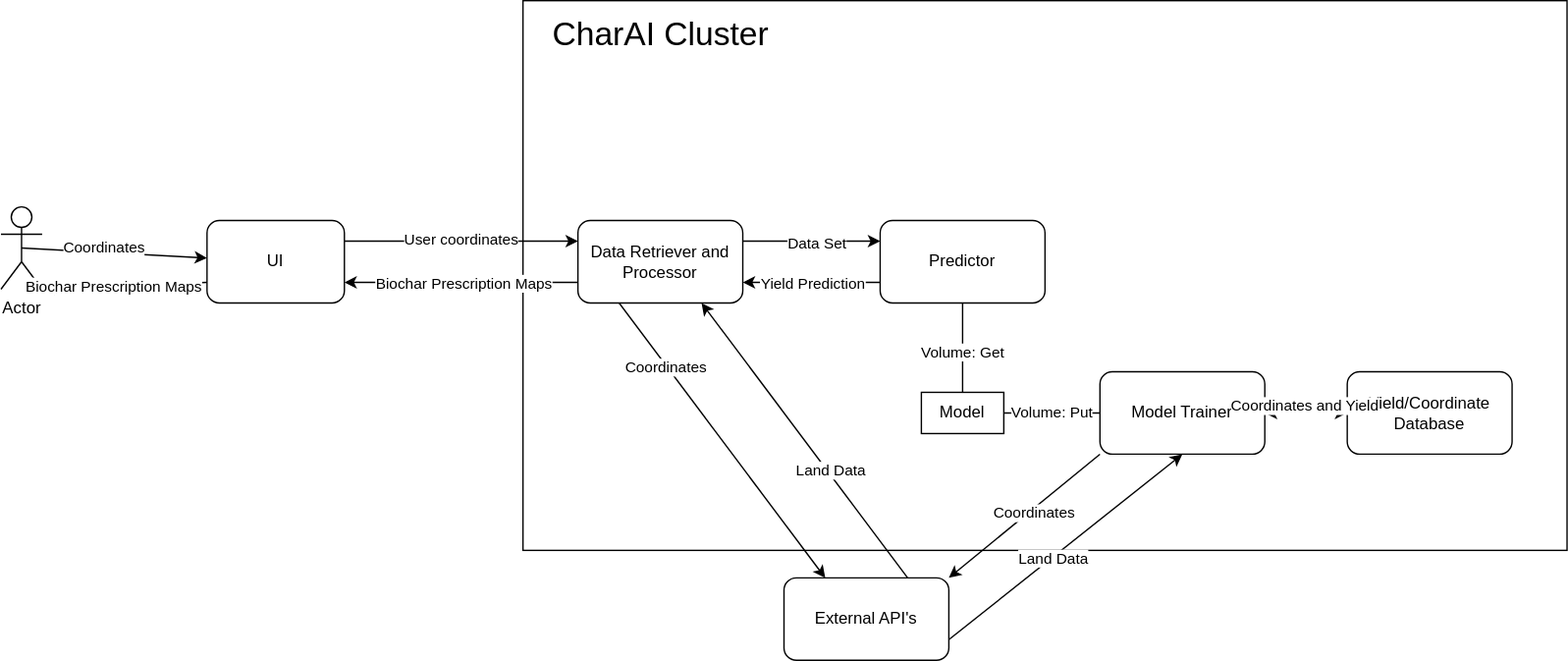
Earlier version of the draw.io export docs/Design/Architecture/SystemArchitectureModel.drawio.svg (JosephPBaruch/CharAI). Source tidied: cells renumbered, new cells last; positions are measured from the earlier drawing's top-left corner, leaving out a move shared by most shapes.
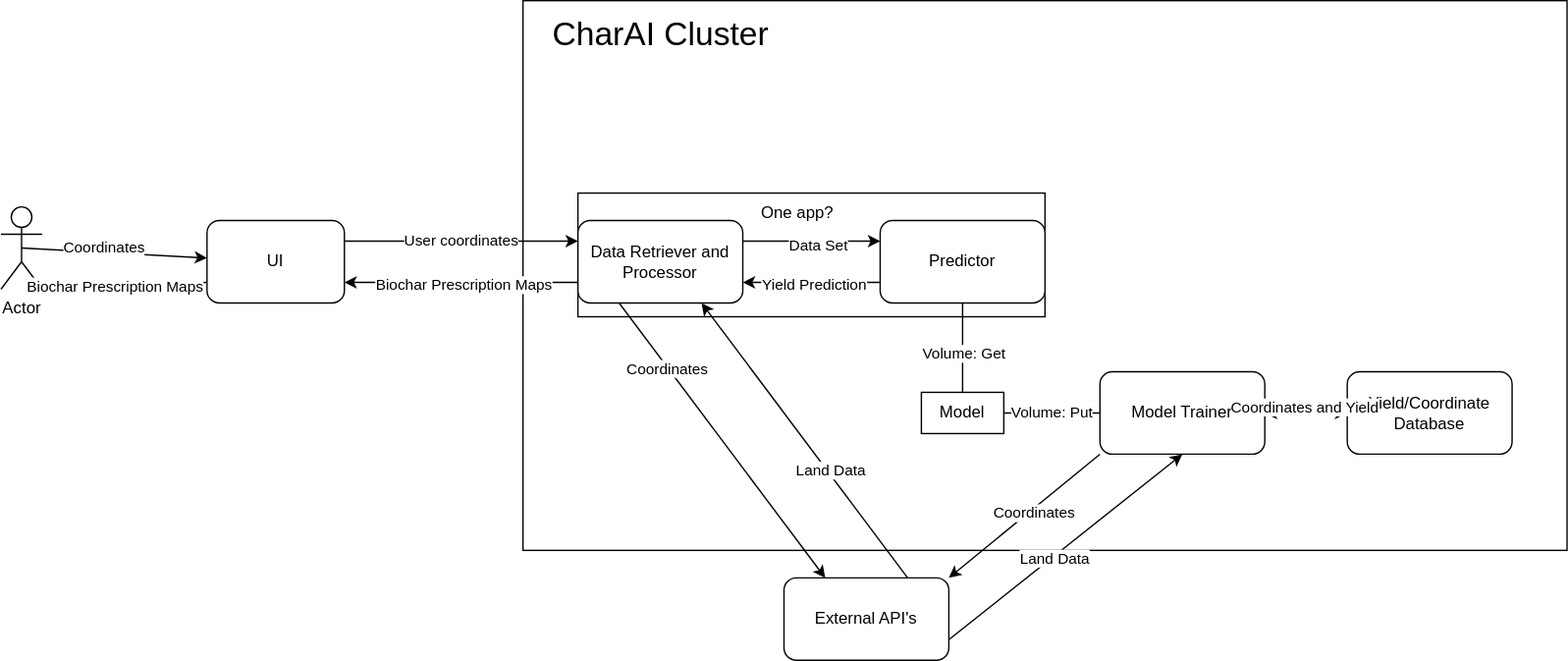
Above is the later version.

Commit message:
system component subfolders

Change to the diagram source:
```diff
@@ -5,6 +5,9 @@
     <mxCell id="2" style="rounded=0;whiteSpace=wrap;html=1;" parent="1" vertex="1">
       <mxGeometry x="380" width="760" height="400" as="geometry" />
     </mxCell>
+    <mxCell id="37" style="rounded=0;whiteSpace=wrap;html=1;" parent="1" vertex="1">
+      <mxGeometry x="420" y="140" width="340" height="90" as="geometry" />
+    </mxCell>
     <mxCell id="3" style="edgeStyle=none;html=1;entryX=0;entryY=0.25;entryDx=0;entryDy=0;exitX=1;exitY=0.25;exitDx=0;exitDy=0;" parent="1" edge="1" source="5" target="20">
       <mxGeometry relative="1" as="geometry">
         <Array as="points">
@@ -113,5 +116,8 @@
     <mxCell id="36" value="Biochar Prescription Maps" style="edgeLabel;html=1;align=center;verticalAlign=middle;" parent="35" vertex="1">
       <mxGeometry x="0.13" relative="1" as="geometry" />
     </mxCell>
+    <mxCell id="38" value="One app?&amp;nbsp;" style="text;html=1;align=center;verticalAlign=middle;whiteSpace=wrap;rounded=0;" parent="1" vertex="1">
+      <mxGeometry x="550" y="140" width="60" height="30" as="geometry" />
+    </mxCell>
   </root>
 </mxGraphModel>
```
